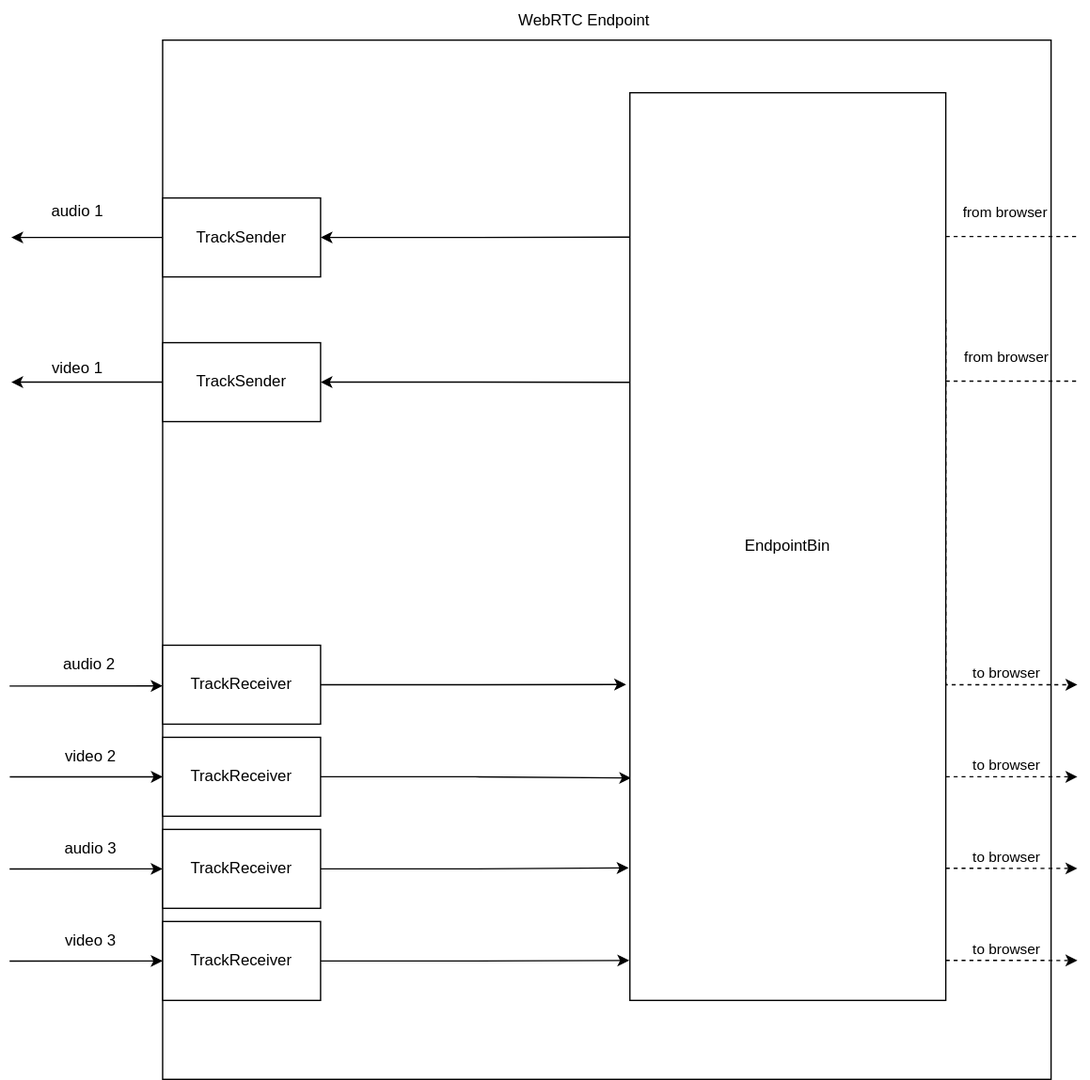
This is internal_docs/assets/webrtc_endpoint_architecture.svg from fishjam-dev/membrane_rtc_engine, a draw.io export, as it was before one commit. Source tidied: cells renumbered, new cells last; positions are measured from the earlier drawing's top-left corner, leaving out a move shared by most shapes.
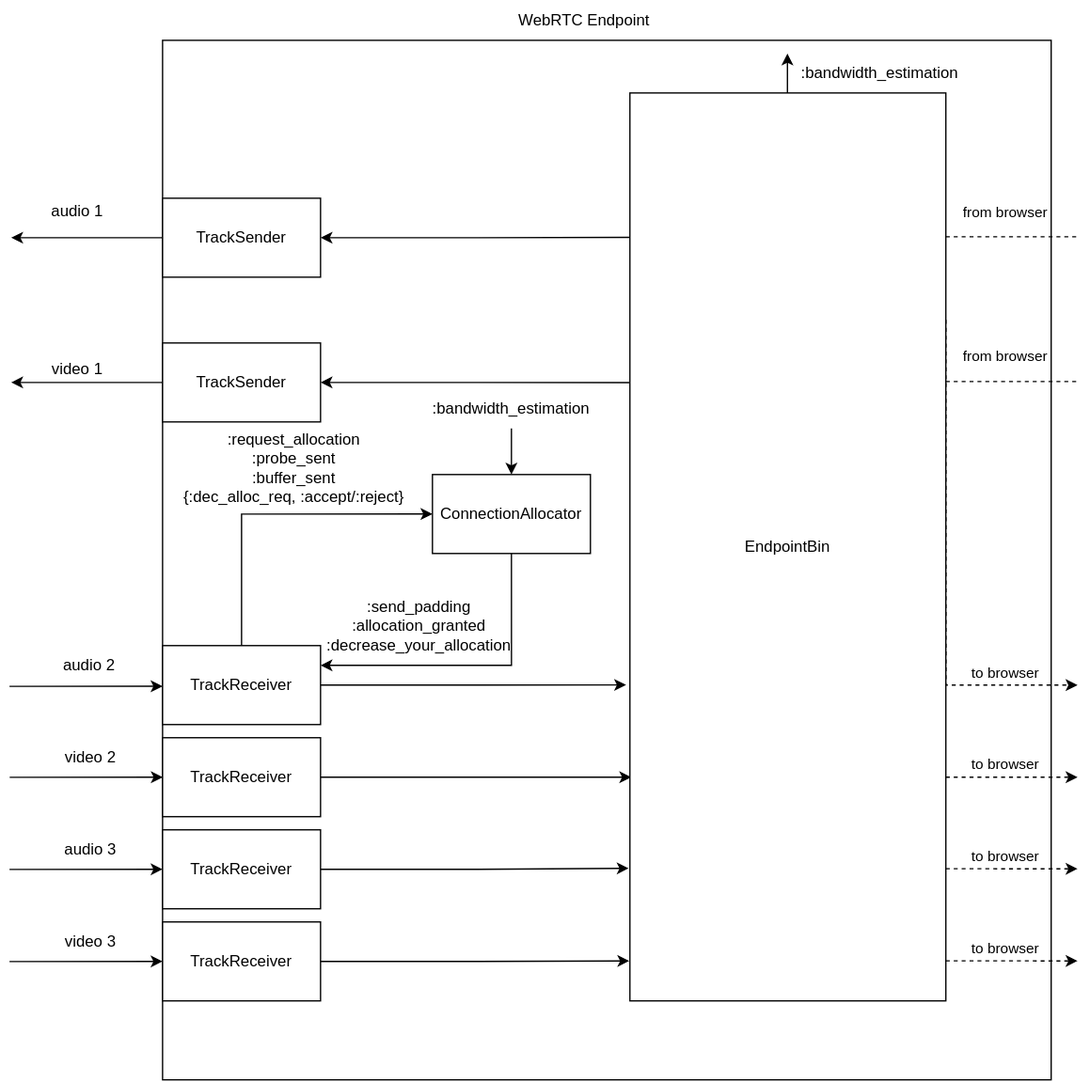
After the commit.

Commit message:
[RTC-7] Update `internal_docs` with `ConnectionAllocator` (#205)

Change to the diagram source:
```diff
@@ -44,11 +44,21 @@
     <mxCell id="11" style="edgeStyle=orthogonalEdgeStyle;rounded=0;jettySize=auto;html=1;exitX=1;exitY=0.5;exitDx=0;exitDy=0;entryX=-0.012;entryY=0.652;entryDx=0;entryDy=0;entryPerimeter=0;startArrow=none;startFill=0;endArrow=classic;endFill=1;" parent="1" edge="1" source="12" target="22">
       <mxGeometry relative="1" as="geometry" />
     </mxCell>
+    <mxCell id="41" style="edgeStyle=orthogonalEdgeStyle;rounded=0;jettySize=auto;html=1;exitX=0.5;exitY=0;exitDx=0;exitDy=0;entryX=0;entryY=0.5;entryDx=0;entryDy=0;" parent="1" edge="1" source="12" target="45">
+      <mxGeometry relative="1" as="geometry" />
+    </mxCell>
+    <mxCell id="42" style="edgeStyle=orthogonalEdgeStyle;rounded=0;jettySize=auto;html=1;exitX=1;exitY=0.25;exitDx=0;exitDy=0;entryX=0.5;entryY=1;entryDx=0;entryDy=0;startArrow=classic;startFill=1;endArrow=none;endFill=0;" parent="1" edge="1" source="12" target="45">
+      <mxGeometry relative="1" as="geometry" />
+    </mxCell>
     <mxCell id="12" value="TrackReceiver" style="rounded=0;whiteSpace=wrap;html=1;" parent="1" vertex="1">
       <mxGeometry x="116" y="490" width="120" height="60" as="geometry" />
     </mxCell>
     <mxCell id="13" style="edgeStyle=orthogonalEdgeStyle;rounded=0;jettySize=auto;html=1;exitX=1;exitY=0.5;exitDx=0;exitDy=0;entryX=0.004;entryY=0.755;entryDx=0;entryDy=0;startArrow=none;startFill=0;endArrow=classic;endFill=1;entryPerimeter=0;" parent="1" edge="1" source="14" target="22">
-      <mxGeometry relative="1" as="geometry" />
+      <mxGeometry relative="1" as="geometry">
+        <Array as="points">
+          <mxPoint x="472" y="590" />
+        </Array>
+      </mxGeometry>
     </mxCell>
     <mxCell id="14" value="TrackReceiver" style="rounded=0;whiteSpace=wrap;html=1;" parent="1" vertex="1">
       <mxGeometry x="116" y="560" width="120" height="60" as="geometry" />
@@ -172,5 +182,29 @@
     <mxCell id="40" value="from browser" style="edgeLabel;html=1;align=center;verticalAlign=middle;" parent="1" vertex="1">
       <mxGeometry x="756" y="270" as="geometry" />
     </mxCell>
+    <mxCell id="43" value=":request_allocation&lt;br&gt;:probe_sent&lt;br&gt;:buffer_sent&lt;br&gt;{:dec_alloc_req, :accept/:reject}" style="text;html=1;strokeColor=none;fillColor=none;align=center;verticalAlign=middle;whiteSpace=wrap;rounded=0;" parent="1" vertex="1">
+      <mxGeometry x="131" y="340" width="170" height="30" as="geometry" />
+    </mxCell>
+    <mxCell id="44" value=":send_padding&lt;br&gt;:allocation_granted&lt;br&gt;:decrease_your_allocation" style="text;html=1;strokeColor=none;fillColor=none;align=center;verticalAlign=middle;whiteSpace=wrap;rounded=0;" parent="1" vertex="1">
+      <mxGeometry x="281" y="460" width="60" height="30" as="geometry" />
+    </mxCell>
+    <mxCell id="45" value="ConnectionAllocator" style="rounded=0;whiteSpace=wrap;html=1;" parent="1" vertex="1">
+      <mxGeometry x="321" y="360" width="120" height="60" as="geometry" />
+    </mxCell>
+    <mxCell id="46" style="endArrow=classic;html=1;rounded=0;entryX=0.5;entryY=0;entryDx=0;entryDy=0;" parent="1" edge="1" source="47" target="45">
+      <mxGeometry relative="1" as="geometry" />
+    </mxCell>
+    <mxCell id="47" value=":bandwidth_estimation" style="text;html=1;strokeColor=none;fillColor=none;align=center;verticalAlign=middle;whiteSpace=wrap;rounded=0;" parent="1" vertex="1">
+      <mxGeometry x="331" y="295" width="100" height="30" as="geometry" />
+    </mxCell>
+    <mxCell id="48" style="endArrow=classic;html=1;rounded=0;" parent="1" edge="1">
+      <mxGeometry relative="1" as="geometry">
+        <mxPoint x="590.7" y="70" as="sourcePoint" />
+        <mxPoint x="590.7" y="40" as="targetPoint" />
+      </mxGeometry>
+    </mxCell>
+    <mxCell id="49" value=":bandwidth_estimation" style="text;html=1;strokeColor=none;fillColor=none;align=center;verticalAlign=middle;whiteSpace=wrap;rounded=0;" parent="1" vertex="1">
+      <mxGeometry x="631" y="40" width="60" height="30" as="geometry" />
+    </mxCell>
   </root>
 </mxGraphModel>
```
